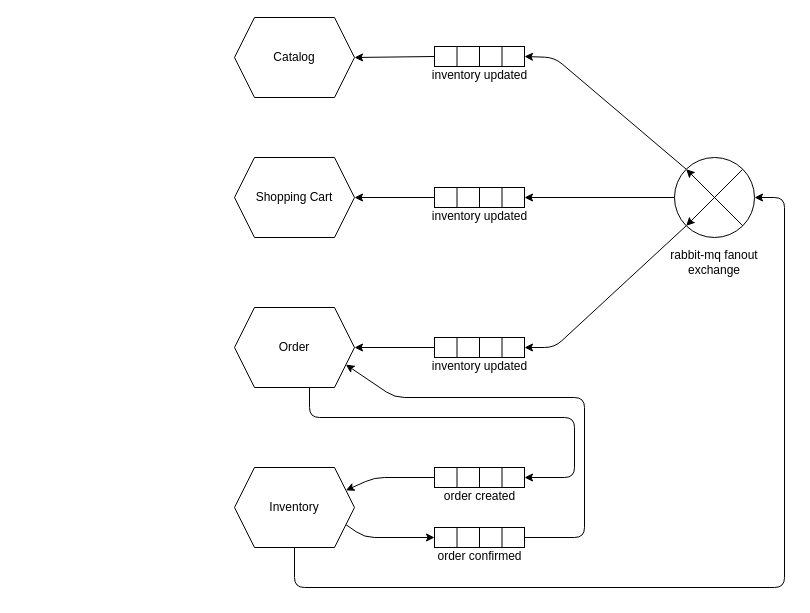
Above: hld/service-communication.drawio in rd-raven/stirzz-design (draw.io), before the change. Source tidied: cells renumbered, new cells numbered last; positions are measured from the earlier drawing's top-left corner, leaving out a move shared by most shapes. Both pictures are drawn from the tidied source at 100%, with x=0, y=0 at pixel (234, 17).
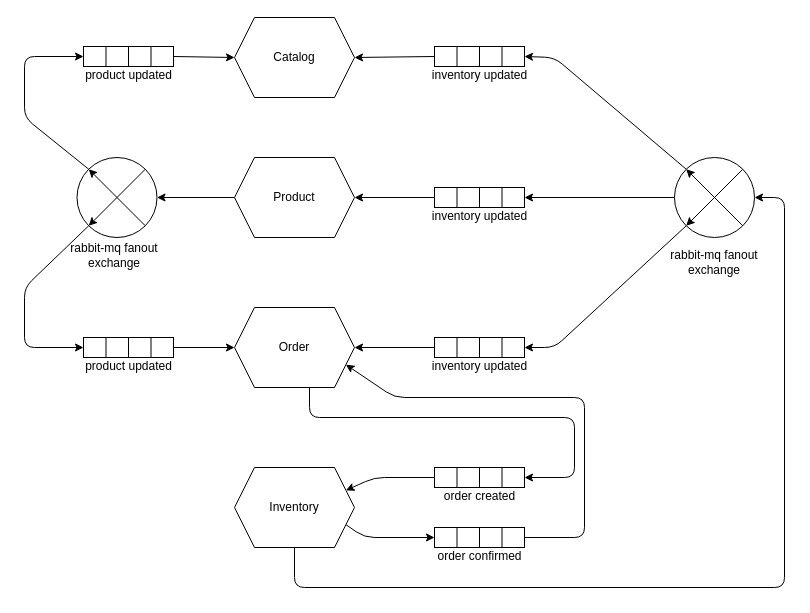
Above is the later version.

Commit message (it also covers changes not shown here):
Update Service Communication (#8)

* update service communication

The change refers to these unchanged cells:
```xml
<mxCell id="2" value="Catalog" style="shape=hexagon;perimeter=hexagonPerimeter2;whiteSpace=wrap;html=1;fixedSize=1;" parent="1" vertex="1">
  <mxGeometry width="120" height="80" as="geometry" />
</mxCell>
<mxCell id="4" value="Order" style="shape=hexagon;perimeter=hexagonPerimeter2;whiteSpace=wrap;html=1;fixedSize=1;" parent="1" vertex="1">
  <mxGeometry y="290" width="120" height="80" as="geometry" />
</mxCell>
```

Diff of the diagram source:
```diff
@@
+    <mxCell id="57" style="edgeStyle=none;html=1;exitX=0;exitY=0.5;exitDx=0;exitDy=0;entryX=0;entryY=0.5;entryDx=0;entryDy=0;" parent="1" edge="1" source="3" target="73">
+      <mxGeometry relative="1" as="geometry" />
+    </mxCell>
-    <mxCell id="3" value="Shopping Cart" style="shape=hexagon;perimeter=hexagonPerimeter2;whiteSpace=wrap;html=1;fixedSize=1;" parent="1" vertex="1">
+    <mxCell id="3" value="Product" style="shape=hexagon;perimeter=hexagonPerimeter2;whiteSpace=wrap;html=1;fixedSize=1;" parent="1" vertex="1">
       <mxGeometry y="140" width="120" height="80" as="geometry" />
     </mxCell>
@@
+    <mxCell id="58" style="group;" parent="1" vertex="1">
+      <mxGeometry x="-157.5" y="29" width="102.5" height="34" as="geometry" />
+    </mxCell>
+    <mxCell id="59" style="group;" parent="58" vertex="1">
+      <mxGeometry x="6.5" width="90" height="20" as="geometry" />
+    </mxCell>
+    <mxCell id="60" style="rounded=0;whiteSpace=wrap;html=1;fillColor=none;" parent="59" vertex="1">
+      <mxGeometry width="90" height="20" as="geometry" />
+    </mxCell>
+    <mxCell id="61" style="endArrow=none;html=1;rounded=0;entryX=0.25;entryY=0;entryDx=0;entryDy=0;exitX=0.25;exitY=1;exitDx=0;exitDy=0;" parent="59" edge="1" source="60" target="60">
+      <mxGeometry relative="1" as="geometry" />
+    </mxCell>
+    <mxCell id="62" style="endArrow=none;html=1;rounded=0;entryX=0.5;entryY=0;entryDx=0;entryDy=0;exitX=0.5;exitY=1;exitDx=0;exitDy=0;" parent="59" edge="1" source="60" target="60">
+      <mxGeometry relative="1" as="geometry" />
+    </mxCell>
+    <mxCell id="63" style="endArrow=none;html=1;rounded=0;entryX=0.75;entryY=0;entryDx=0;entryDy=0;exitX=0.75;exitY=1;exitDx=0;exitDy=0;" parent="59" edge="1" source="60" target="60">
+      <mxGeometry relative="1" as="geometry" />
+    </mxCell>
+    <mxCell id="64" value="product updated" style="text;html=1;strokeColor=none;fillColor=none;align=center;verticalAlign=middle;whiteSpace=wrap;rounded=0;" parent="58" vertex="1">
+      <mxGeometry y="24" width="102.5" height="10" as="geometry" />
+    </mxCell>
+    <mxCell id="65" style="group;" parent="1" vertex="1">
+      <mxGeometry x="-157.5" y="320" width="102.5" height="34" as="geometry" />
+    </mxCell>
+    <mxCell id="66" style="group;" parent="65" vertex="1">
+      <mxGeometry x="6.5" width="90" height="20" as="geometry" />
+    </mxCell>
+    <mxCell id="67" style="rounded=0;whiteSpace=wrap;html=1;fillColor=none;" parent="66" vertex="1">
+      <mxGeometry width="90" height="20" as="geometry" />
+    </mxCell>
+    <mxCell id="68" style="endArrow=none;html=1;rounded=0;entryX=0.25;entryY=0;entryDx=0;entryDy=0;exitX=0.25;exitY=1;exitDx=0;exitDy=0;" parent="66" edge="1" source="67" target="67">
+      <mxGeometry relative="1" as="geometry" />
+    </mxCell>
+    <mxCell id="69" style="endArrow=none;html=1;rounded=0;entryX=0.5;entryY=0;entryDx=0;entryDy=0;exitX=0.5;exitY=1;exitDx=0;exitDy=0;" parent="66" edge="1" source="67" target="67">
+      <mxGeometry relative="1" as="geometry" />
+    </mxCell>
+    <mxCell id="70" style="endArrow=none;html=1;rounded=0;entryX=0.75;entryY=0;entryDx=0;entryDy=0;exitX=0.75;exitY=1;exitDx=0;exitDy=0;" parent="66" edge="1" source="67" target="67">
+      <mxGeometry relative="1" as="geometry" />
+    </mxCell>
+    <mxCell id="71" value="product updated" style="text;html=1;strokeColor=none;fillColor=none;align=center;verticalAlign=middle;whiteSpace=wrap;rounded=0;" parent="65" vertex="1">
+      <mxGeometry y="24" width="102.5" height="10" as="geometry" />
+    </mxCell>
+    <mxCell id="72" style="group;rotation=-180;" parent="1" vertex="1">
+      <mxGeometry x="-157.5" y="140" width="80" height="80" as="geometry" />
+    </mxCell>
+    <mxCell id="73" style="ellipse;whiteSpace=wrap;html=1;fillColor=none;rotation=-180;" parent="72" vertex="1">
+      <mxGeometry width="80" height="80" as="geometry" />
+    </mxCell>
+    <mxCell id="74" style="endArrow=classic;html=1;rounded=0;entryX=1;entryY=0;entryDx=0;entryDy=0;exitX=0;exitY=1;exitDx=0;exitDy=0;" parent="72" edge="1" source="73" target="73">
+      <mxGeometry relative="1" as="geometry" />
+    </mxCell>
+    <mxCell id="75" style="endArrow=classic;html=1;rounded=0;entryX=1;entryY=1;entryDx=0;entryDy=0;exitX=0;exitY=0;exitDx=0;exitDy=0;" parent="72" edge="1" source="73" target="73">
+      <mxGeometry relative="1" as="geometry" />
+    </mxCell>
+    <mxCell id="76" value="rabbit-mq fanout exchange" style="text;html=1;strokeColor=none;fillColor=none;align=center;verticalAlign=middle;whiteSpace=wrap;rounded=0;" parent="1" vertex="1">
+      <mxGeometry x="-165" y="223" width="90" height="30" as="geometry" />
+    </mxCell>
+    <mxCell id="77" style="edgeStyle=none;html=1;exitX=1;exitY=1;exitDx=0;exitDy=0;entryX=0;entryY=0.5;entryDx=0;entryDy=0;" parent="1" edge="1" source="73" target="60">
+      <mxGeometry relative="1" as="geometry">
+        <Array as="points">
+          <mxPoint x="-210" y="100" />
+          <mxPoint x="-210" y="39" />
+        </Array>
+      </mxGeometry>
+    </mxCell>
+    <mxCell id="78" style="edgeStyle=none;html=1;exitX=1;exitY=0;exitDx=0;exitDy=0;entryX=0;entryY=0.5;entryDx=0;entryDy=0;" parent="1" edge="1" source="73" target="67">
+      <mxGeometry relative="1" as="geometry">
+        <Array as="points">
+          <mxPoint x="-210" y="270" />
+          <mxPoint x="-210" y="330" />
+        </Array>
+      </mxGeometry>
+    </mxCell>
+    <mxCell id="79" style="edgeStyle=none;html=1;exitX=1;exitY=0.5;exitDx=0;exitDy=0;entryX=0;entryY=0.5;entryDx=0;entryDy=0;" parent="1" edge="1" source="60" target="2">
+      <mxGeometry relative="1" as="geometry" />
+    </mxCell>
+    <mxCell id="80" style="edgeStyle=none;html=1;exitX=1;exitY=0.5;exitDx=0;exitDy=0;entryX=0;entryY=0.5;entryDx=0;entryDy=0;" parent="1" edge="1" source="67" target="4">
+      <mxGeometry relative="1" as="geometry" />
+    </mxCell>
```
